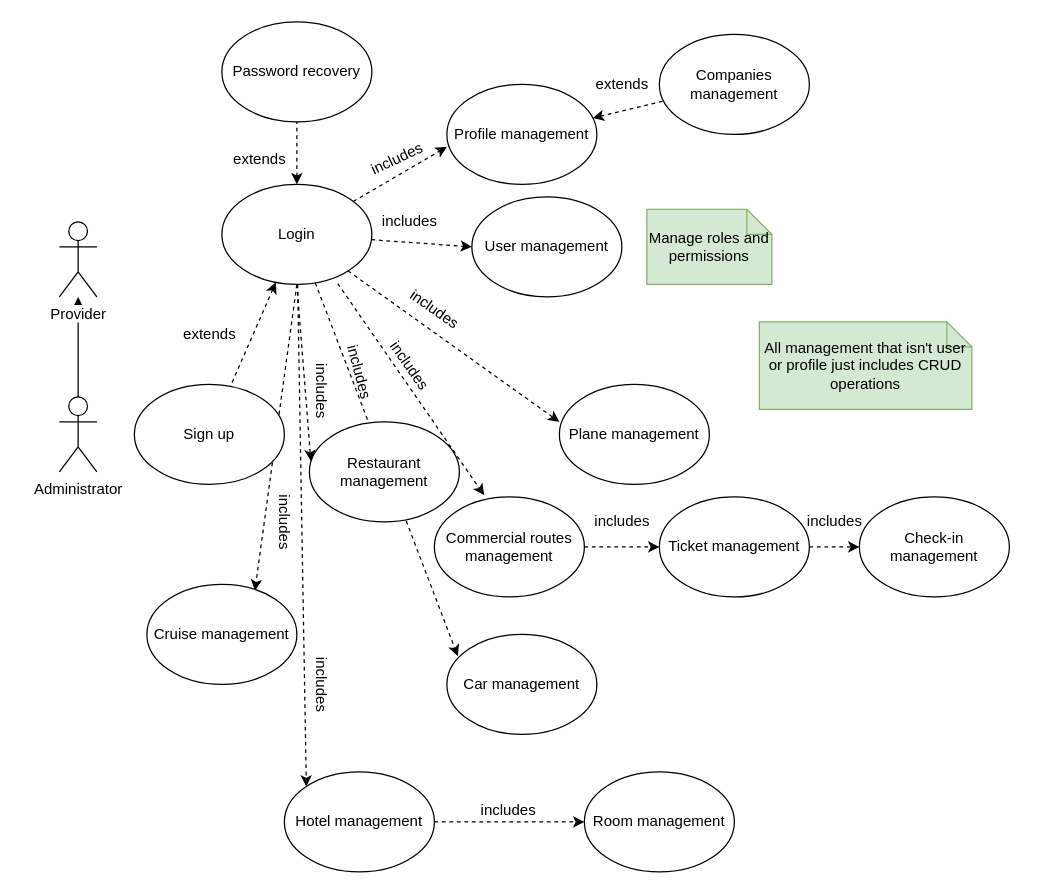
This is Vacanze/Use cases.drawio from NeutronBlast/IS-Ex, a draw.io file, before an edit. Source tidied: cells renumbered, new cells numbered last; positions are measured from the earlier drawing's top-left corner, leaving out a move shared by most shapes. Both pictures are drawn from the tidied source at 125%, with x=0, y=0 at pixel (59, 21).
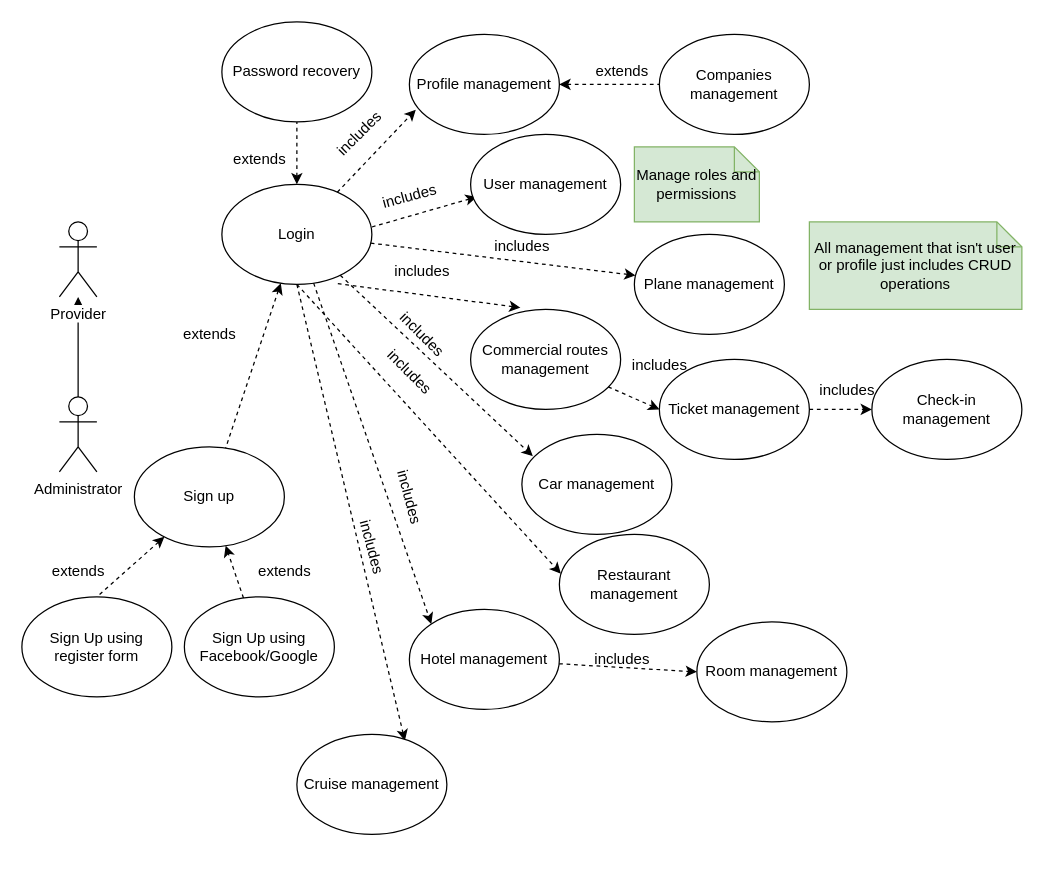
Above is the later version.

Unchanged cells that the change refers to:
```xml
<mxCell id="13" value="Login" style="ellipse;whiteSpace=wrap;html=1;" parent="1" vertex="1">
  <mxGeometry x="130" y="130" width="120" height="80" as="geometry" />
</mxCell>
```

Diff of the diagram source:
```diff
@@
-    <mxCell id="5" style="rounded=0;jettySize=auto;html=1;dashed=1;" parent="1" edge="1" source="13">
-      <mxGeometry relative="1" as="geometry">
-        <mxPoint x="310" y="100" as="targetPoint" />
-      </mxGeometry>
+    <mxCell id="5" style="rounded=0;jettySize=auto;html=1;dashed=1;entryX=0.043;entryY=0.753;entryDx=0;entryDy=0;entryPerimeter=0;" parent="1" edge="1" source="13" target="16">
+      <mxGeometry relative="1" as="geometry" />
     </mxCell>
@@
-    <mxCell id="7" style="edgeStyle=none;rounded=0;jettySize=auto;html=1;dashed=1;startArrow=none;startFill=0;endArrow=classic;endFill=1;entryX=0;entryY=0.5;entryDx=0;entryDy=0;" parent="1" edge="1" source="13" target="19">
-      <mxGeometry relative="1" as="geometry" />
+    <mxCell id="7" style="edgeStyle=none;rounded=0;orthogonalLoop=1;jettySize=auto;html=1;dashed=1;startArrow=none;startFill=0;endArrow=classic;endFill=1;entryX=0;entryY=0.5;entryDx=0;entryDy=0;" parent="1" edge="1">
+      <mxGeometry relative="1" as="geometry">
+        <mxPoint x="250" y="164.1" as="sourcePoint" />
+        <mxPoint x="333.9" y="140" as="targetPoint" />
+      </mxGeometry>
     </mxCell>
@@
-    <mxCell id="14" value="includes" style="text;html=1;align=center;verticalAlign=middle;rotation=-25;" parent="1" vertex="1">
-      <mxGeometry x="240" y="100" width="60" height="20" as="geometry" />
+    <mxCell id="14" value="includes" style="text;html=1;align=center;verticalAlign=middle;rotation=-45;" parent="1" vertex="1">
+      <mxGeometry x="210" y="80" width="60" height="20" as="geometry" />
     </mxCell>
@@
     <mxCell id="16" value="Profile management" style="ellipse;whiteSpace=wrap;html=1;" parent="1" vertex="1">
-      <mxGeometry x="310" y="50" width="120" height="80" as="geometry" />
+      <mxGeometry x="280" y="10" width="120" height="80" as="geometry" />
     </mxCell>
@@
+    <mxCell id="50" style="edgeStyle=none;rounded=0;jettySize=auto;html=1;dashed=1;endArrow=none;endFill=0;startArrow=classic;startFill=1;entryX=0.5;entryY=0;entryDx=0;entryDy=0;" parent="1" edge="1" source="18" target="51">
+      <mxGeometry relative="1" as="geometry" />
+    </mxCell>
     <mxCell id="18" value="Sign up" style="ellipse;whiteSpace=wrap;html=1;" parent="1" vertex="1">
-      <mxGeometry x="60" y="290" width="120" height="80" as="geometry" />
+      <mxGeometry x="60" y="340" width="120" height="80" as="geometry" />
     </mxCell>
     <mxCell id="19" value="User management" style="ellipse;whiteSpace=wrap;html=1;" parent="1" vertex="1">
-      <mxGeometry x="330" y="140" width="120" height="80" as="geometry" />
+      <mxGeometry x="329" y="90" width="120" height="80" as="geometry" />
     </mxCell>
     <mxCell id="20" value="Manage roles and permissions" style="shape=note;size=20;whiteSpace=wrap;html=1;fillColor=#d5e8d4;strokeColor=#82b366;" parent="1" vertex="1">
-      <mxGeometry x="470" y="150" width="100" height="60" as="geometry" />
+      <mxGeometry x="460" y="100" width="100" height="60" as="geometry" />
     </mxCell>
-    <mxCell id="21" value="includes" style="text;html=1;align=center;verticalAlign=middle;rotation=0;" parent="1" vertex="1">
-      <mxGeometry x="250" y="150" width="60" height="20" as="geometry" />
+    <mxCell id="21" value="includes" style="text;html=1;align=center;verticalAlign=middle;rotation=-15;" parent="1" vertex="1">
+      <mxGeometry x="250" y="130" width="60" height="20" as="geometry" />
     </mxCell>
-    <mxCell id="22" style="edgeStyle=none;rounded=0;jettySize=auto;html=1;dashed=1;startArrow=none;startFill=0;endArrow=classic;endFill=1;" parent="1" edge="1" source="13">
-      <mxGeometry relative="1" as="geometry">
-        <mxPoint x="400" y="320" as="targetPoint" />
-      </mxGeometry>
+    <mxCell id="22" style="edgeStyle=none;rounded=0;jettySize=auto;html=1;dashed=1;startArrow=none;startFill=0;endArrow=classic;endFill=1;" parent="1" edge="1" source="13" target="24">
+      <mxGeometry relative="1" as="geometry" />
     </mxCell>
-    <mxCell id="23" value="includes" style="text;html=1;align=center;verticalAlign=middle;rotation=35;" parent="1" vertex="1">
-      <mxGeometry x="270" y="220" width="60" height="20" as="geometry" />
+    <mxCell id="23" value="includes" style="text;html=1;align=center;verticalAlign=middle;rotation=0;" parent="1" vertex="1">
+      <mxGeometry x="340" y="170" width="60" height="20" as="geometry" />
     </mxCell>
     <mxCell id="24" value="Plane management" style="ellipse;whiteSpace=wrap;html=1;" parent="1" vertex="1">
-      <mxGeometry x="400" y="290" width="120" height="80" as="geometry" />
+      <mxGeometry x="460" y="170" width="120" height="80" as="geometry" />
     </mxCell>
     <mxCell id="25" value="All management that isn't user or profile just includes CRUD operations" style="shape=note;size=20;whiteSpace=wrap;html=1;fillColor=#d5e8d4;strokeColor=#82b366;" parent="1" vertex="1">
-      <mxGeometry x="560" y="240" width="170" height="70" as="geometry" />
+      <mxGeometry x="600" y="160" width="170" height="70" as="geometry" />
     </mxCell>
@@
     <mxCell id="27" value="Commercial routes management" style="ellipse;whiteSpace=wrap;html=1;" parent="1" vertex="1">
-      <mxGeometry x="300" y="380" width="120" height="80" as="geometry" />
+      <mxGeometry x="329" y="230" width="120" height="80" as="geometry" />
     </mxCell>
     <mxCell id="28" value="Check-in management" style="ellipse;whiteSpace=wrap;html=1;" parent="1" vertex="1">
-      <mxGeometry x="640" y="380" width="120" height="80" as="geometry" />
+      <mxGeometry x="650" y="270" width="120" height="80" as="geometry" />
     </mxCell>
@@
     <mxCell id="30" value="Ticket management" style="ellipse;whiteSpace=wrap;html=1;" parent="1" vertex="1">
-      <mxGeometry x="480" y="380" width="120" height="80" as="geometry" />
+      <mxGeometry x="480" y="270" width="120" height="80" as="geometry" />
     </mxCell>
     <mxCell id="31" value="Car management" style="ellipse;whiteSpace=wrap;html=1;" parent="1" vertex="1">
-      <mxGeometry x="310" y="490" width="120" height="80" as="geometry" />
+      <mxGeometry x="370" y="330" width="120" height="80" as="geometry" />
     </mxCell>
-    <mxCell id="32" style="edgeStyle=orthogonalEdgeStyle;rounded=0;jettySize=auto;html=1;endArrow=classic;endFill=1;dashed=1;" parent="1" edge="1" source="33">
-      <mxGeometry relative="1" as="geometry">
-        <mxPoint x="420" y="640" as="targetPoint" />
-      </mxGeometry>
+    <mxCell id="32" style="rounded=0;jettySize=auto;html=1;endArrow=classic;endFill=1;dashed=1;entryX=0;entryY=0.5;entryDx=0;entryDy=0;" parent="1" edge="1" source="33" target="49">
+      <mxGeometry relative="1" as="geometry" />
     </mxCell>
     <mxCell id="33" value="Hotel management" style="ellipse;whiteSpace=wrap;html=1;" parent="1" vertex="1">
-      <mxGeometry x="180" y="600" width="120" height="80" as="geometry" />
+      <mxGeometry x="280" y="470" width="120" height="80" as="geometry" />
     </mxCell>
     <mxCell id="34" value="Cruise management" style="ellipse;whiteSpace=wrap;html=1;" parent="1" vertex="1">
-      <mxGeometry x="70" y="450" width="120" height="80" as="geometry" />
+      <mxGeometry x="190" y="570" width="120" height="80" as="geometry" />
     </mxCell>
@@
-    <mxCell id="36" value="includes" style="text;html=1;align=center;verticalAlign=middle;rotation=55;" parent="1" vertex="1">
-      <mxGeometry x="250" y="265" width="60" height="20" as="geometry" />
+    <mxCell id="36" value="includes" style="text;html=1;align=center;verticalAlign=middle;rotation=0;" parent="1" vertex="1">
+      <mxGeometry x="260" y="190" width="60" height="20" as="geometry" />
     </mxCell>
     <mxCell id="37" value="includes" style="text;html=1;align=center;verticalAlign=middle;rotation=0;" parent="1" vertex="1">
-      <mxGeometry x="420" y="390" width="60" height="20" as="geometry" />
+      <mxGeometry x="450" y="265" width="60" height="20" as="geometry" />
     </mxCell>
     <mxCell id="38" value="includes" style="text;html=1;align=center;verticalAlign=middle;rotation=0;" parent="1" vertex="1">
-      <mxGeometry x="590" y="390" width="60" height="20" as="geometry" />
+      <mxGeometry x="600" y="285" width="60" height="20" as="geometry" />
     </mxCell>
-    <mxCell id="39" value="includes" style="text;html=1;align=center;verticalAlign=middle;rotation=75;" parent="1" vertex="1">
-      <mxGeometry x="210" y="270" width="60" height="20" as="geometry" />
+    <mxCell id="39" value="includes" style="text;html=1;align=center;verticalAlign=middle;rotation=45;" parent="1" vertex="1">
+      <mxGeometry x="260" y="240" width="60" height="20" as="geometry" />
     </mxCell>
-    <mxCell id="40" value="includes" style="text;html=1;align=center;verticalAlign=middle;rotation=90;" parent="1" vertex="1">
-      <mxGeometry x="180" y="285" width="60" height="20" as="geometry" />
+    <mxCell id="40" value="includes" style="text;html=1;align=center;verticalAlign=middle;rotation=45;" parent="1" vertex="1">
+      <mxGeometry x="250" y="270" width="60" height="20" as="geometry" />
     </mxCell>
-    <mxCell id="41" value="includes" style="text;html=1;align=center;verticalAlign=middle;rotation=90;" parent="1" vertex="1">
-      <mxGeometry x="150" y="390" width="60" height="20" as="geometry" />
+    <mxCell id="41" value="includes" style="text;html=1;align=center;verticalAlign=middle;rotation=75;" parent="1" vertex="1">
+      <mxGeometry x="220" y="410" width="60" height="20" as="geometry" />
     </mxCell>
     <mxCell id="42" value="Restaurant management" style="ellipse;whiteSpace=wrap;html=1;" parent="1" vertex="1">
-      <mxGeometry x="200" y="320" width="120" height="80" as="geometry" />
+      <mxGeometry x="400" y="410" width="120" height="80" as="geometry" />
     </mxCell>
-    <mxCell id="43" value="includes" style="text;html=1;align=center;verticalAlign=middle;rotation=90;" parent="1" vertex="1">
-      <mxGeometry x="180" y="520" width="60" height="20" as="geometry" />
+    <mxCell id="43" value="includes" style="text;html=1;align=center;verticalAlign=middle;rotation=75;" parent="1" vertex="1">
+      <mxGeometry x="250" y="370" width="60" height="20" as="geometry" />
     </mxCell>
@@
     <mxCell id="47" value="extends" style="text;html=1;align=center;verticalAlign=middle;rotation=0;" parent="1" vertex="1">
-      <mxGeometry x="420" y="40" width="60" height="20" as="geometry" />
+      <mxGeometry x="420" y="30" width="60" height="20" as="geometry" />
     </mxCell>
     <mxCell id="48" value="includes" style="text;html=1;align=center;verticalAlign=middle;" parent="1" vertex="1">
-      <mxGeometry x="329" y="621" width="60" height="20" as="geometry" />
+      <mxGeometry x="420" y="500" width="60" height="20" as="geometry" />
     </mxCell>
     <mxCell id="49" value="Room management" style="ellipse;whiteSpace=wrap;html=1;" parent="1" vertex="1">
-      <mxGeometry x="420" y="600" width="120" height="80" as="geometry" />
+      <mxGeometry x="510" y="480" width="120" height="80" as="geometry" />
     </mxCell>
+    <mxCell id="51" value="Sign Up using register form" style="ellipse;whiteSpace=wrap;html=1;" parent="1" vertex="1">
+      <mxGeometry x="-30" y="460" width="120" height="80" as="geometry" />
+    </mxCell>
+    <mxCell id="52" style="edgeStyle=none;rounded=0;jettySize=auto;html=1;dashed=1;startArrow=none;startFill=0;endArrow=classic;endFill=1;" parent="1" edge="1" source="53" target="18">
+      <mxGeometry relative="1" as="geometry" />
+    </mxCell>
+    <mxCell id="53" value="Sign Up using Facebook/Google" style="ellipse;whiteSpace=wrap;html=1;" parent="1" vertex="1">
+      <mxGeometry x="100" y="460" width="120" height="80" as="geometry" />
+    </mxCell>
+    <mxCell id="54" value="extends" style="text;html=1;align=center;verticalAlign=middle;rotation=0;" parent="1" vertex="1">
+      <mxGeometry x="-15" y="430" width="60" height="20" as="geometry" />
+    </mxCell>
+    <mxCell id="55" value="extends" style="text;html=1;align=center;verticalAlign=middle;rotation=0;" parent="1" vertex="1">
+      <mxGeometry x="150" y="430" width="60" height="20" as="geometry" />
+    </mxCell>
```
